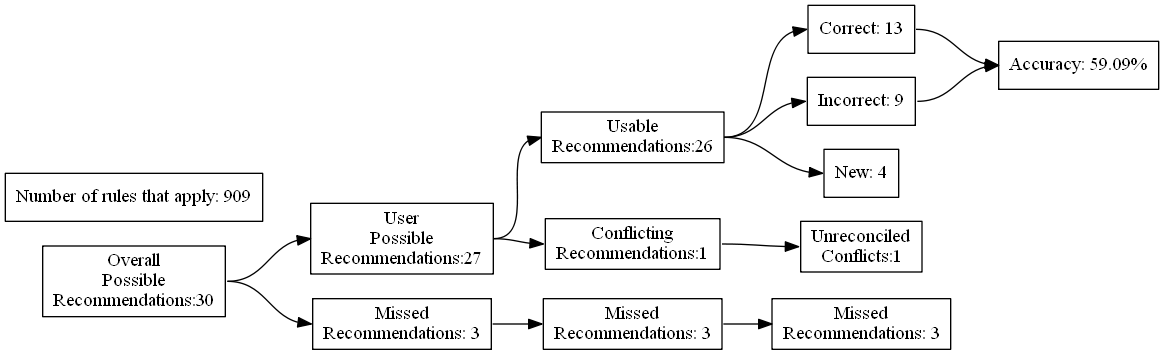
This is test_renders/28.gv.png from ZaxR/ibd_diet_analysis, a Graphviz export, as it was before one commit. Its source is kept beside it as test_renders/28.gv.
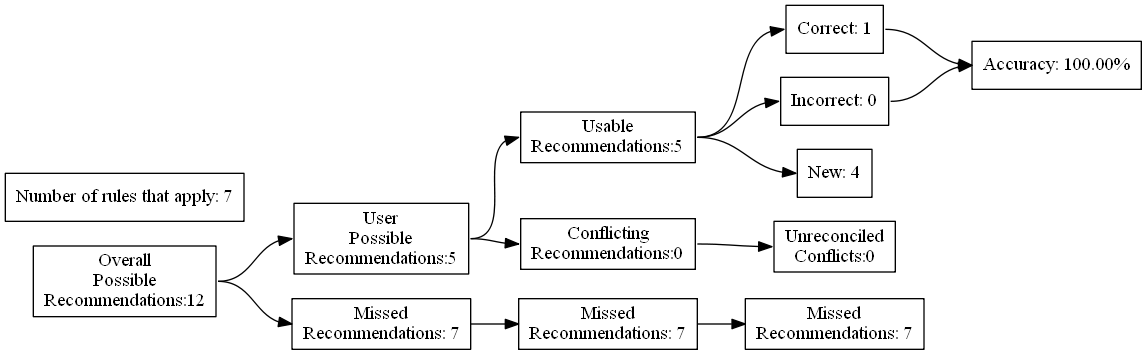
After the change.

Diff of the diagram source:
```diff
@@ -4,27 +4,27 @@
 	edge [headport=w tailport=e]
 		A [label="Overall
 Possible
-Recommendations:30"]
+Recommendations:12"]
 		B [label="User
 Possible
-Recommendations:27"]
+Recommendations:5"]
 		C [label="Missed
-Recommendations: 3"]
+Recommendations: 7"]
 		D [label="Usable
-Recommendations:26"]
+Recommendations:5"]
 		E [label="Conflicting
-Recommendations:1"]
+Recommendations:0"]
 		J [label="Missed
-Recommendations: 3"]
+Recommendations: 7"]
 		M [label="Unreconciled
-Conflicts:1"]
-		F [label="Correct: 13"]
-		G [label="Incorrect: 9"]
+Conflicts:0"]
+		F [label="Correct: 1"]
+		G [label="Incorrect: 0"]
 		H [label="New: 4"]
 		K [label="Missed
-Recommendations: 3"]
-		I [label="Accuracy: 59.09%"]
-		l [label="Number of rules that apply: 909"]
+Recommendations: 7"]
+		I [label="Accuracy: 100.00%"]
+		l [label="Number of rules that apply: 7"]
 			A -> B
 			A -> C
 			B -> D
```
